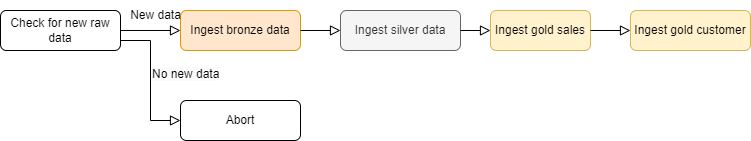
The draw.io diagram databricks_diagram.png in arctickey/databricks-pipeline, before a commit. Source tidied: cells renumbered, new cells last; positions are measured from the earlier drawing's top-left corner, leaving out a move shared by most shapes.
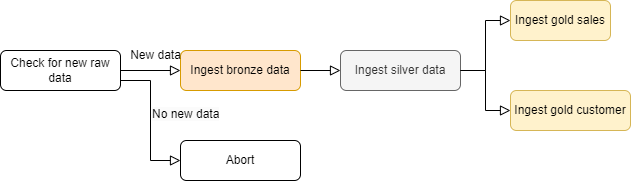
Later version of the same file.

Diff of the diagram source:
```diff
@@ -12,17 +12,14 @@
       <mxGeometry x="340" y="10" width="120" height="40" as="geometry" />
     </mxCell>
     <mxCell id="5" value="Ingest gold customer" style="rounded=1;whiteSpace=wrap;html=1;fontSize=12;glass=0;strokeWidth=1;shadow=0;fillColor=#fff2cc;strokeColor=#d6b656;" parent="1" vertex="1">
-      <mxGeometry x="630" y="10" width="120" height="40" as="geometry" />
+      <mxGeometry x="510" y="50" width="120" height="40" as="geometry" />
     </mxCell>
     <mxCell id="6" value="Ingest gold sales" style="rounded=1;whiteSpace=wrap;html=1;fontSize=12;glass=0;strokeWidth=1;shadow=0;fillColor=#fff2cc;strokeColor=#d6b656;" parent="1" vertex="1">
-      <mxGeometry x="490" y="10" width="100" height="40" as="geometry" />
+      <mxGeometry x="510" y="-40" width="100" height="40" as="geometry" />
     </mxCell>
     <mxCell id="7" style="edgeStyle=orthogonalEdgeStyle;rounded=0;html=1;jettySize=auto;fontSize=11;endArrow=block;endFill=0;endSize=8;strokeWidth=1;shadow=0;labelBackgroundColor=none;entryX=0;entryY=0.5;entryDx=0;entryDy=0;exitX=1;exitY=0.5;exitDx=0;exitDy=0;" parent="1" edge="1" source="4" target="6">
       <mxGeometry y="10" relative="1" as="geometry" />
     </mxCell>
-    <mxCell id="8" style="edgeStyle=orthogonalEdgeStyle;rounded=0;html=1;jettySize=auto;fontSize=11;endArrow=block;endFill=0;endSize=8;strokeWidth=1;shadow=0;labelBackgroundColor=none;entryX=0;entryY=0.5;entryDx=0;entryDy=0;exitX=1;exitY=0.5;exitDx=0;exitDy=0;" parent="1" edge="1" source="6" target="5">
-      <mxGeometry y="10" relative="1" as="geometry" />
-    </mxCell>
     <mxCell id="9" value="Check for new raw data" style="rounded=1;whiteSpace=wrap;html=1;fontSize=12;glass=0;strokeWidth=1;shadow=0;" parent="1" vertex="1">
       <mxGeometry y="10" width="120" height="40" as="geometry" />
     </mxCell>
@@ -41,5 +38,8 @@
     <mxCell id="14" style="edgeStyle=orthogonalEdgeStyle;rounded=0;html=1;jettySize=auto;fontSize=11;endArrow=block;endFill=0;endSize=8;strokeWidth=1;shadow=0;labelBackgroundColor=none;exitX=1;exitY=0.75;exitDx=0;exitDy=0;entryX=0;entryY=0.5;entryDx=0;entryDy=0;" parent="1" edge="1" source="9" target="12">
       <mxGeometry y="10" relative="1" as="geometry" />
     </mxCell>
+    <mxCell id="15" style="edgeStyle=orthogonalEdgeStyle;rounded=0;html=1;jettySize=auto;fontSize=11;endArrow=block;endFill=0;endSize=8;strokeWidth=1;shadow=0;labelBackgroundColor=none;entryX=0;entryY=0.5;entryDx=0;entryDy=0;exitX=1;exitY=0.5;exitDx=0;exitDy=0;" parent="1" edge="1" source="4" target="5">
+      <mxGeometry y="10" relative="1" as="geometry" />
+    </mxCell>
   </root>
 </mxGraphModel>
```
